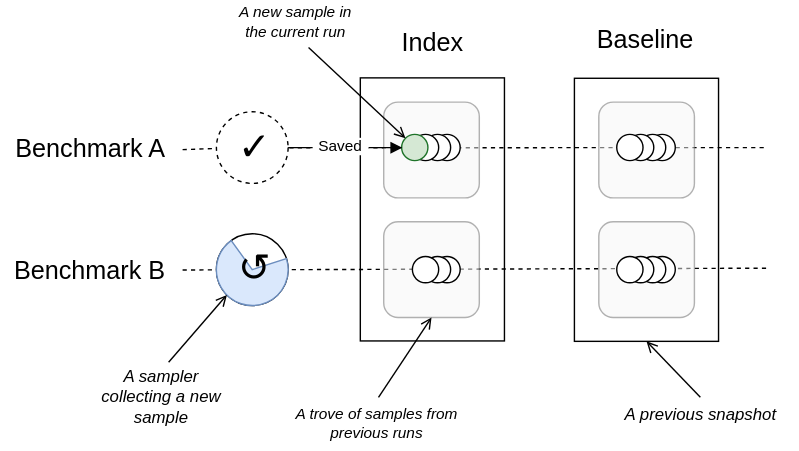
repris-dev/repris keeps this draw.io diagram as docs/concepts.drawio.svg. Above is the earlier version. Source tidied: cells renumbered, new cells last; positions are measured from the earlier drawing's top-left corner, leaving out a move shared by most shapes.
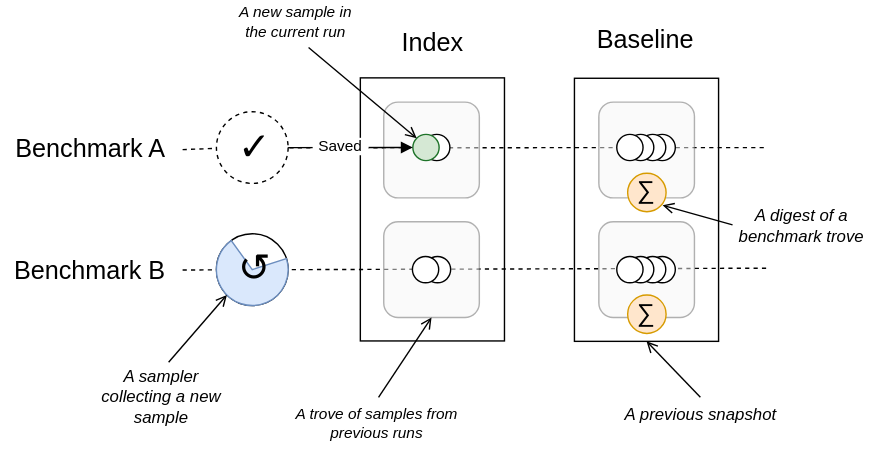
After the commit.

Change to the diagram source:
```diff
@@ -33,7 +33,7 @@
       </mxGeometry>
     </mxCell>
     <mxCell id="10" style="group;fillColor=none;opacity=50;" parent="5" vertex="1">
-      <mxGeometry x="153.7" y="70.1" width="68.3" height="68.4" as="geometry" />
+      <mxGeometry x="153.7" y="70.1" width="68.3" height="81.8" as="geometry" />
     </mxCell>
     <mxCell id="11" style="rounded=1;whiteSpace=wrap;html=1;fillColor=#f5f5f5;strokeColor=#666666;opacity=50;fontColor=#333333;flipV=1;" parent="10" vertex="1">
       <mxGeometry width="68.3" height="68.4" as="geometry" />
@@ -41,17 +41,11 @@
     <mxCell id="12" style="group;flipV=1;shadow=0;" parent="10" vertex="1">
       <mxGeometry x="12.8" y="23" width="41.8" height="18.8" as="geometry" />
     </mxCell>
-    <mxCell id="13" style="ellipse;whiteSpace=wrap;html=1;" parent="12" vertex="1">
-      <mxGeometry x="23.1" width="18.8" height="18.8" as="geometry" />
-    </mxCell>
-    <mxCell id="14" style="ellipse;whiteSpace=wrap;html=1;" parent="12" vertex="1">
-      <mxGeometry x="16.2" width="18.8" height="18.8" as="geometry" />
-    </mxCell>
     <mxCell id="15" style="ellipse;whiteSpace=wrap;html=1;" parent="12" vertex="1">
-      <mxGeometry x="7.7" width="18.8" height="18.8" as="geometry" />
+      <mxGeometry x="15.7" width="18.8" height="18.8" as="geometry" />
     </mxCell>
     <mxCell id="16" style="ellipse;whiteSpace=wrap;html=1;fillColor=#d5e8d4;strokeColor=#1E7329;shadow=0;" parent="12" vertex="1">
-      <mxGeometry width="18.8" height="18.8" as="geometry" />
+      <mxGeometry x="8" width="18.8" height="18.8" as="geometry" />
     </mxCell>
     <mxCell id="17" style="group;shadow=0;" parent="5" vertex="1">
       <mxGeometry x="153.7" y="155.5" width="68.3" height="68.4" as="geometry" />
@@ -59,9 +53,6 @@
     <mxCell id="18" style="rounded=1;whiteSpace=wrap;html=1;fillColor=#f5f5f5;strokeColor=#666666;fillStyle=auto;opacity=50;fontColor=#333333;" parent="17" vertex="1">
       <mxGeometry width="68.3" height="68.4" as="geometry" />
     </mxCell>
-    <mxCell id="19" style="ellipse;whiteSpace=wrap;html=1;" parent="17" vertex="1">
-      <mxGeometry x="35.9" y="24.8" width="18.8" height="18.8" as="geometry" />
-    </mxCell>
     <mxCell id="20" style="ellipse;whiteSpace=wrap;html=1;" parent="17" vertex="1">
       <mxGeometry x="29" y="24.8" width="18.8" height="18.8" as="geometry" />
     </mxCell>
@@ -82,10 +73,9 @@
     <mxCell id="25" style="ellipse;whiteSpace=wrap;html=1;shadow=0;fillStyle=auto;fontFamily=Helvetica;fontSize=8;dashed=1;" parent="5" vertex="1">
       <mxGeometry x="34.2" y="76.9" width="51.2" height="51.2" as="geometry" />
     </mxCell>
-    <mxCell id="26" style="edgeStyle=none;orthogonalLoop=1;jettySize=auto;html=1;fontFamily=Helvetica;fontSize=8;startArrow=none;startFill=0;endArrow=block;endFill=1;curved=1;entryX=0.03;entryY=0.411;entryDx=0;entryDy=0;entryPerimeter=0;" parent="5" edge="1">
+    <mxCell id="26" style="edgeStyle=none;jettySize=auto;html=1;fontFamily=Helvetica;fontSize=8;startArrow=none;startFill=0;endArrow=block;endFill=1;curved=1;entryX=0;entryY=0.5;entryDx=0;entryDy=0;" parent="5" edge="1" target="16">
       <mxGeometry relative="1" as="geometry">
         <mxPoint x="85.4" y="102.6" as="sourcePoint" />
-        <mxPoint x="167.1" y="102.6" as="targetPoint" />
       </mxGeometry>
     </mxCell>
     <mxCell id="27" style="group;fillColor=none;opacity=50;" parent="5" vertex="1">
@@ -110,7 +100,7 @@
       <mxGeometry width="18.8" height="18.8" as="geometry" />
     </mxCell>
     <mxCell id="34" style="group;" parent="5" vertex="1">
-      <mxGeometry x="307.4" y="155.5" width="68.3" height="68.4" as="geometry" />
+      <mxGeometry x="307.4" y="155.5" width="68.3" height="83.6" as="geometry" />
     </mxCell>
     <mxCell id="35" style="rounded=1;whiteSpace=wrap;html=1;fillColor=#f5f5f5;strokeColor=#666666;fillStyle=auto;opacity=50;fontColor=#333333;" parent="34" vertex="1">
       <mxGeometry width="68.3" height="68.4" as="geometry" />
@@ -142,6 +132,12 @@
     <mxCell id="44" value="&lt;span class=&quot;box&quot;&gt;✓&lt;/span&gt;" style="text;whiteSpace=wrap;html=1;fontSize=28;fontFamily=Courier New;" parent="5" vertex="1">
       <mxGeometry x="47.9" y="80.9" width="27.1" height="33.1" as="geometry" />
     </mxCell>
+    <mxCell id="52" style="edgeStyle=none;html=1;exitX=0.5;exitY=1;exitDx=0;exitDy=0;fontFamily=Helvetica;endArrow=none;endFill=0;startArrow=open;startFill=0;" parent="5" edge="1">
+      <mxGeometry relative="1" as="geometry">
+        <mxPoint x="353" y="143.7" as="sourcePoint" />
+        <mxPoint x="403" y="157.7" as="targetPoint" />
+      </mxGeometry>
+    </mxCell>
     <mxCell id="45" style="edgeStyle=none;html=1;exitX=0.5;exitY=1;exitDx=0;exitDy=0;fontFamily=Helvetica;fontSize=11;fontColor=#4D4D4D;startArrow=open;startFill=0;endArrow=none;endFill=0;" parent="1" edge="1" source="18">
       <mxGeometry relative="1" as="geometry">
         <mxPoint x="270" y="283.3" as="targetPoint" />
@@ -171,5 +167,20 @@
     <mxCell id="51" value="A previous snapshot" style="text;strokeColor=none;align=center;fillColor=none;html=1;verticalAlign=middle;whiteSpace=wrap;rounded=0;dashed=1;fontFamily=Helvetica;fontStyle=2;" parent="1" vertex="1">
       <mxGeometry x="431" y="281" width="139" height="30" as="geometry" />
     </mxCell>
+    <mxCell id="53" value="&lt;div style=&quot;text-align: justify;&quot;&gt;&lt;br&gt;&lt;/div&gt;" style="ellipse;whiteSpace=wrap;html=1;strokeWidth=1;fontFamily=Courier New;fontSize=52;fillColor=#ffe6cc;strokeColor=#d79b00;" parent="1" vertex="1">
+      <mxGeometry x="448" y="123.2" width="27.5" height="27.5" as="geometry" />
+    </mxCell>
+    <mxCell id="54" value="&lt;div style=&quot;text-align: justify;&quot;&gt;&lt;br&gt;&lt;/div&gt;" style="ellipse;whiteSpace=wrap;html=1;strokeWidth=1;fontFamily=Courier New;fontSize=52;fillColor=#ffe6cc;strokeColor=#d79b00;" parent="1" vertex="1">
+      <mxGeometry x="448" y="210.2" width="27.5" height="27.5" as="geometry" />
+    </mxCell>
+    <mxCell id="55" value="&lt;span&gt;&lt;font style=&quot;font-size: 18px;&quot;&gt;∑&lt;/font&gt;&lt;/span&gt;" style="text;html=1;align=center;verticalAlign=middle;strokeColor=none;fillColor=none;fontSize=25;fontFamily=Courier New;fontStyle=0;" parent="1" vertex="1">
+      <mxGeometry x="446" y="114.3" width="30" height="40" as="geometry" />
+    </mxCell>
+    <mxCell id="56" value="A digest of a benchmark trove" style="text;strokeColor=none;align=center;fillColor=none;html=1;verticalAlign=middle;whiteSpace=wrap;rounded=0;dashed=1;fontFamily=Helvetica;fontStyle=2;" parent="1" vertex="1">
+      <mxGeometry x="515" y="146" width="115" height="30" as="geometry" />
+    </mxCell>
+    <mxCell id="57" value="&lt;font style=&quot;font-size: 18px;&quot;&gt;∑&lt;/font&gt;" style="text;html=1;align=center;verticalAlign=middle;strokeColor=none;fillColor=none;fontSize=25;fontFamily=Courier New;fontStyle=0;" parent="1" vertex="1">
+      <mxGeometry x="446" y="202.4" width="30" height="40" as="geometry" />
+    </mxCell>
   </root>
 </mxGraphModel>
```
